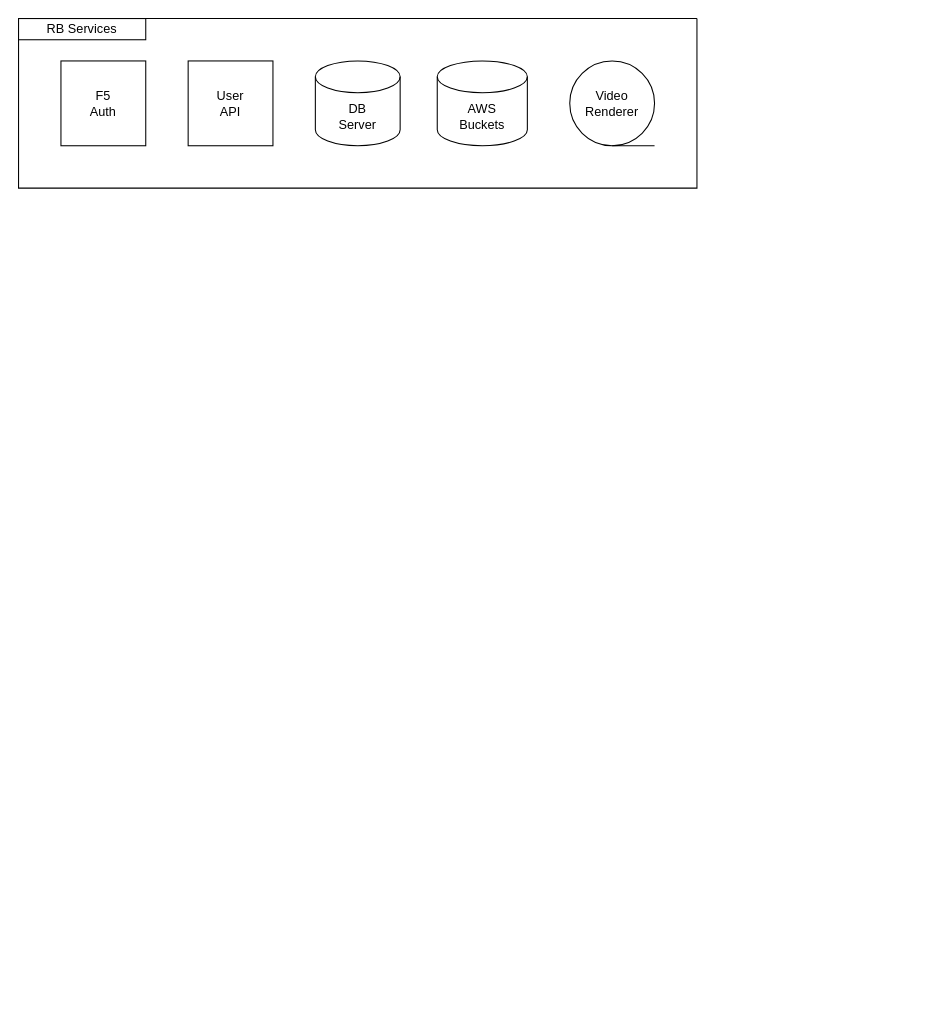
Above: MIB.drawio in LikeAJohny/diagrams (draw.io), before the change. Source tidied: cells renumbered, new cells numbered last; positions are measured from the earlier drawing's top-left corner, leaving out a move shared by most shapes. Both pictures are drawn from the tidied source at 106%, with x=0, y=0 at pixel (18, 18).
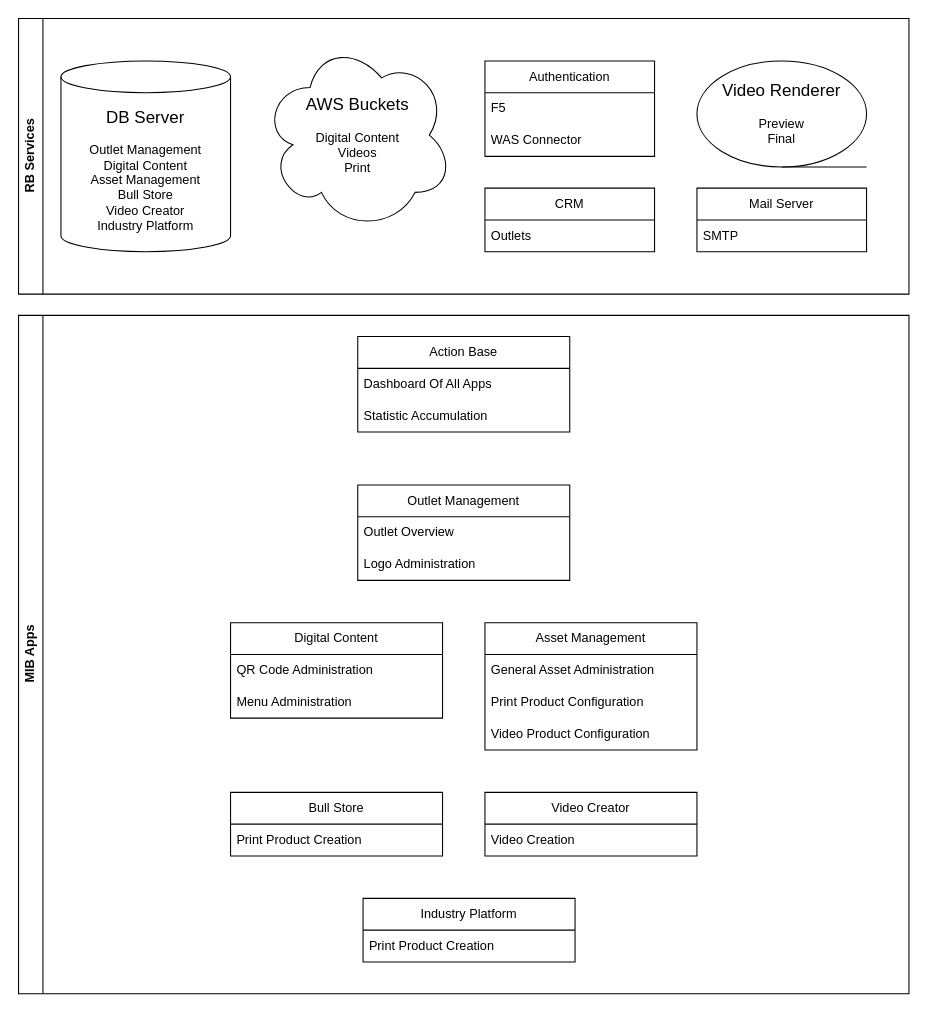
The same page after the edit.

Commit message:
MIB - Add Apps

The edit, as a diff of the source:
```diff
@@
-    <mxCell id="2" value="DB&lt;br&gt;Server" style="shape=cylinder3;whiteSpace=wrap;html=1;boundedLbl=1;backgroundOutline=1;size=15;" parent="1" vertex="1">
-      <mxGeometry x="280" y="40" width="80" height="80" as="geometry" />
-    </mxCell>
-    <mxCell id="3" value="F5&lt;br&gt;Auth" style="whiteSpace=wrap;html=1;" parent="1" vertex="1">
-      <mxGeometry x="40" y="40" width="80" height="80" as="geometry" />
-    </mxCell>
-    <mxCell id="4" value="User&lt;br&gt;API" style="whiteSpace=wrap;html=1;" parent="1" vertex="1">
-      <mxGeometry x="160" y="40" width="80" height="80" as="geometry" />
-    </mxCell>
-    <mxCell id="5" value="AWS&lt;br&gt;Buckets" style="shape=cylinder3;whiteSpace=wrap;html=1;boundedLbl=1;backgroundOutline=1;size=15;" parent="1" vertex="1">
-      <mxGeometry x="395" y="40" width="85" height="80" as="geometry" />
-    </mxCell>
-    <mxCell id="6" value="Video&lt;br&gt;Renderer" style="shape=tapeData;whiteSpace=wrap;html=1;perimeter=ellipsePerimeter;" parent="1" vertex="1">
-      <mxGeometry x="520" y="40" width="80" height="80" as="geometry" />
-    </mxCell>
-    <mxCell id="7" style="swimlane;startSize=0;" parent="1" vertex="1">
-      <mxGeometry width="640" height="160" as="geometry" />
-    </mxCell>
+    <mxCell id="9" value="Authentication" style="swimlane;fontStyle=0;horizontal=1;startSize=30;whiteSpace=wrap;html=1;" parent="1" vertex="1">
+      <mxGeometry x="440" y="40" width="160" height="90" as="geometry" />
+    </mxCell>
+    <mxCell id="10" value="F5" style="text;strokeColor=none;fillColor=none;align=left;verticalAlign=middle;spacingLeft=4;spacingRight=4;overflow=hidden;whiteSpace=wrap;html=1;" parent="9" vertex="1">
+      <mxGeometry y="30" width="160" height="30" as="geometry" />
+    </mxCell>
+    <mxCell id="11" value="WAS Connector" style="text;strokeColor=none;fillColor=none;align=left;verticalAlign=middle;spacingLeft=4;spacingRight=4;overflow=hidden;whiteSpace=wrap;html=1;" parent="9" vertex="1">
+      <mxGeometry y="60" width="160" height="30" as="geometry" />
+    </mxCell>
-    <mxCell id="8" value="RB Services" style="whiteSpace=wrap;html=1;" parent="7" vertex="1">
-      <mxGeometry width="120" height="20" as="geometry" />
+    <mxCell id="8" value="RB Services" style="swimlane;horizontal=0;whiteSpace=wrap;html=1;" parent="1" vertex="1">
+      <mxGeometry width="840" height="260" as="geometry" />
     </mxCell>
+    <mxCell id="12" value="Mail Server" style="swimlane;fontStyle=0;horizontal=1;startSize=30;whiteSpace=wrap;html=1;" parent="8" vertex="1">
+      <mxGeometry x="640" y="160" width="160" height="60" as="geometry" />
+    </mxCell>
+    <mxCell id="13" value="SMTP" style="text;strokeColor=none;fillColor=none;align=left;verticalAlign=middle;spacingLeft=4;spacingRight=4;overflow=hidden;whiteSpace=wrap;html=1;" parent="12" vertex="1">
+      <mxGeometry y="30" width="160" height="30" as="geometry" />
+    </mxCell>
+    <mxCell id="14" value="&lt;font style=&quot;font-size: 16px;&quot;&gt;AWS Buckets&lt;br&gt;&lt;/font&gt;&lt;br&gt;Digital Content&lt;br&gt;Videos&lt;br&gt;Print" style="ellipse;shape=cloud;whiteSpace=wrap;html=1;" parent="8" vertex="1">
+      <mxGeometry x="230" y="20" width="180" height="180" as="geometry" />
+    </mxCell>
+    <mxCell id="15" value="&lt;font style=&quot;font-size: 16px;&quot;&gt;DB Server&lt;br&gt;&lt;/font&gt;&lt;br&gt;Outlet Management&lt;br&gt;Digital Content&lt;br&gt;Asset Management&lt;br&gt;Bull Store&lt;br&gt;Video Creator&lt;br&gt;Industry Platform" style="shape=cylinder3;whiteSpace=wrap;html=1;boundedLbl=1;backgroundOutline=1;size=15;" parent="8" vertex="1">
+      <mxGeometry x="40" y="40" width="160" height="180" as="geometry" />
+    </mxCell>
+    <mxCell id="16" value="&lt;font style=&quot;font-size: 16px;&quot;&gt;Video Renderer&lt;br&gt;&lt;/font&gt;&lt;br&gt;Preview&lt;br&gt;Final" style="shape=tapeData;whiteSpace=wrap;html=1;perimeter=ellipsePerimeter;" parent="8" vertex="1">
+      <mxGeometry x="640" y="40" width="160" height="100" as="geometry" />
+    </mxCell>
+    <mxCell id="17" value="CRM" style="swimlane;fontStyle=0;horizontal=1;startSize=30;whiteSpace=wrap;html=1;" parent="8" vertex="1">
+      <mxGeometry x="440" y="160" width="160" height="60" as="geometry" />
+    </mxCell>
+    <mxCell id="18" value="Outlets" style="text;strokeColor=none;fillColor=none;align=left;verticalAlign=middle;spacingLeft=4;spacingRight=4;overflow=hidden;whiteSpace=wrap;html=1;" parent="17" vertex="1">
+      <mxGeometry y="30" width="160" height="30" as="geometry" />
+    </mxCell>
+    <mxCell id="19" value="Action Base" style="swimlane;fontStyle=0;horizontal=1;startSize=30;whiteSpace=wrap;html=1;" parent="1" vertex="1">
+      <mxGeometry x="320" y="300" width="200" height="90" as="geometry" />
+    </mxCell>
+    <mxCell id="20" value="Dashboard Of All Apps" style="text;strokeColor=none;fillColor=none;align=left;verticalAlign=middle;spacingLeft=4;spacingRight=4;overflow=hidden;whiteSpace=wrap;html=1;" parent="19" vertex="1">
+      <mxGeometry y="30" width="200" height="30" as="geometry" />
+    </mxCell>
+    <mxCell id="21" value="Statistic Accumulation" style="text;strokeColor=none;fillColor=none;align=left;verticalAlign=middle;spacingLeft=4;spacingRight=4;overflow=hidden;whiteSpace=wrap;html=1;" parent="19" vertex="1">
+      <mxGeometry y="60" width="200" height="30" as="geometry" />
+    </mxCell>
+    <mxCell id="22" value="Outlet Management" style="swimlane;fontStyle=0;horizontal=1;startSize=30;whiteSpace=wrap;html=1;" parent="1" vertex="1">
+      <mxGeometry x="320" y="440" width="200" height="90" as="geometry" />
+    </mxCell>
+    <mxCell id="23" value="Outlet Overview" style="text;strokeColor=none;fillColor=none;align=left;verticalAlign=middle;spacingLeft=4;spacingRight=4;overflow=hidden;whiteSpace=wrap;html=1;" parent="22" vertex="1">
+      <mxGeometry y="30" width="200" height="30" as="geometry" />
+    </mxCell>
+    <mxCell id="24" value="Logo Administration" style="text;strokeColor=none;fillColor=none;align=left;verticalAlign=middle;spacingLeft=4;spacingRight=4;overflow=hidden;whiteSpace=wrap;html=1;" parent="22" vertex="1">
+      <mxGeometry y="60" width="200" height="30" as="geometry" />
+    </mxCell>
+    <mxCell id="25" value="Digital Content" style="swimlane;fontStyle=0;horizontal=1;startSize=30;whiteSpace=wrap;html=1;" parent="1" vertex="1">
+      <mxGeometry x="200" y="570" width="200" height="90" as="geometry" />
+    </mxCell>
+    <mxCell id="26" value="QR Code Administration" style="text;strokeColor=none;fillColor=none;align=left;verticalAlign=middle;spacingLeft=4;spacingRight=4;overflow=hidden;whiteSpace=wrap;html=1;" parent="25" vertex="1">
+      <mxGeometry y="30" width="200" height="30" as="geometry" />
+    </mxCell>
+    <mxCell id="27" value="Menu Administration" style="text;strokeColor=none;fillColor=none;align=left;verticalAlign=middle;spacingLeft=4;spacingRight=4;overflow=hidden;whiteSpace=wrap;html=1;" parent="25" vertex="1">
+      <mxGeometry y="60" width="200" height="30" as="geometry" />
+    </mxCell>
+    <mxCell id="28" value="Bull Store" style="swimlane;fontStyle=0;horizontal=1;startSize=30;whiteSpace=wrap;html=1;" parent="1" vertex="1">
+      <mxGeometry x="200" y="730" width="200" height="60" as="geometry" />
+    </mxCell>
+    <mxCell id="29" value="Print Product Creation" style="text;strokeColor=none;fillColor=none;align=left;verticalAlign=middle;spacingLeft=4;spacingRight=4;overflow=hidden;whiteSpace=wrap;html=1;" parent="28" vertex="1">
+      <mxGeometry y="30" width="200" height="30" as="geometry" />
+    </mxCell>
+    <mxCell id="30" value="Video Creator" style="swimlane;fontStyle=0;horizontal=1;startSize=30;whiteSpace=wrap;html=1;" parent="1" vertex="1">
+      <mxGeometry x="440" y="730" width="200" height="60" as="geometry" />
+    </mxCell>
+    <mxCell id="31" value="Video Creation" style="text;strokeColor=none;fillColor=none;align=left;verticalAlign=middle;spacingLeft=4;spacingRight=4;overflow=hidden;whiteSpace=wrap;html=1;" parent="30" vertex="1">
+      <mxGeometry y="30" width="200" height="30" as="geometry" />
+    </mxCell>
+    <mxCell id="32" value="Industry Platform" style="swimlane;fontStyle=0;horizontal=1;startSize=30;whiteSpace=wrap;html=1;" parent="1" vertex="1">
+      <mxGeometry x="325" y="830" width="200" height="60" as="geometry" />
+    </mxCell>
+    <mxCell id="33" value="Print Product Creation" style="text;strokeColor=none;fillColor=none;align=left;verticalAlign=middle;spacingLeft=4;spacingRight=4;overflow=hidden;whiteSpace=wrap;html=1;" parent="32" vertex="1">
+      <mxGeometry y="30" width="200" height="30" as="geometry" />
+    </mxCell>
+    <mxCell id="34" value="Asset Management" style="swimlane;fontStyle=0;horizontal=1;startSize=30;whiteSpace=wrap;html=1;" parent="1" vertex="1">
+      <mxGeometry x="440" y="570" width="200" height="120" as="geometry" />
+    </mxCell>
+    <mxCell id="35" value="General Asset Administration" style="text;strokeColor=none;fillColor=none;align=left;verticalAlign=middle;spacingLeft=4;spacingRight=4;overflow=hidden;whiteSpace=wrap;html=1;" parent="34" vertex="1">
+      <mxGeometry y="30" width="200" height="30" as="geometry" />
+    </mxCell>
+    <mxCell id="36" value="Print Product Configuration" style="text;strokeColor=none;fillColor=none;align=left;verticalAlign=middle;spacingLeft=4;spacingRight=4;overflow=hidden;whiteSpace=wrap;html=1;" parent="34" vertex="1">
+      <mxGeometry y="60" width="200" height="30" as="geometry" />
+    </mxCell>
+    <mxCell id="37" value="Video Product Configuration" style="text;strokeColor=none;fillColor=none;align=left;verticalAlign=middle;spacingLeft=4;spacingRight=4;overflow=hidden;whiteSpace=wrap;html=1;" parent="34" vertex="1">
+      <mxGeometry y="90" width="200" height="30" as="geometry" />
+    </mxCell>
+    <mxCell id="38" value="MIB Apps" style="swimlane;horizontal=0;whiteSpace=wrap;html=1;" parent="1" vertex="1">
+      <mxGeometry y="280" width="840" height="640" as="geometry" />
+    </mxCell>
```
